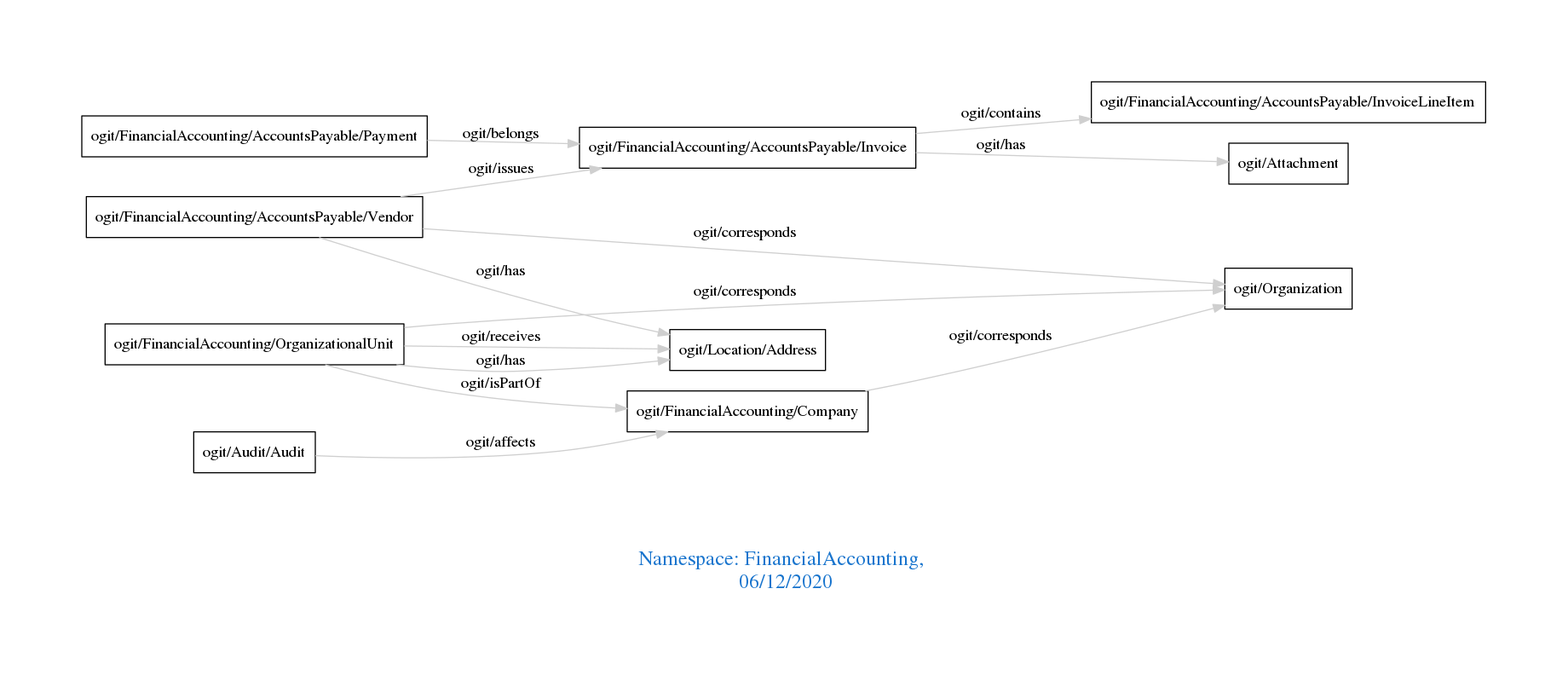
Earlier version of the Graphviz export downloads/FinancialAccounting.png (arago/OGIT). Its source is kept beside it as downloads/FinancialAccounting.dot.
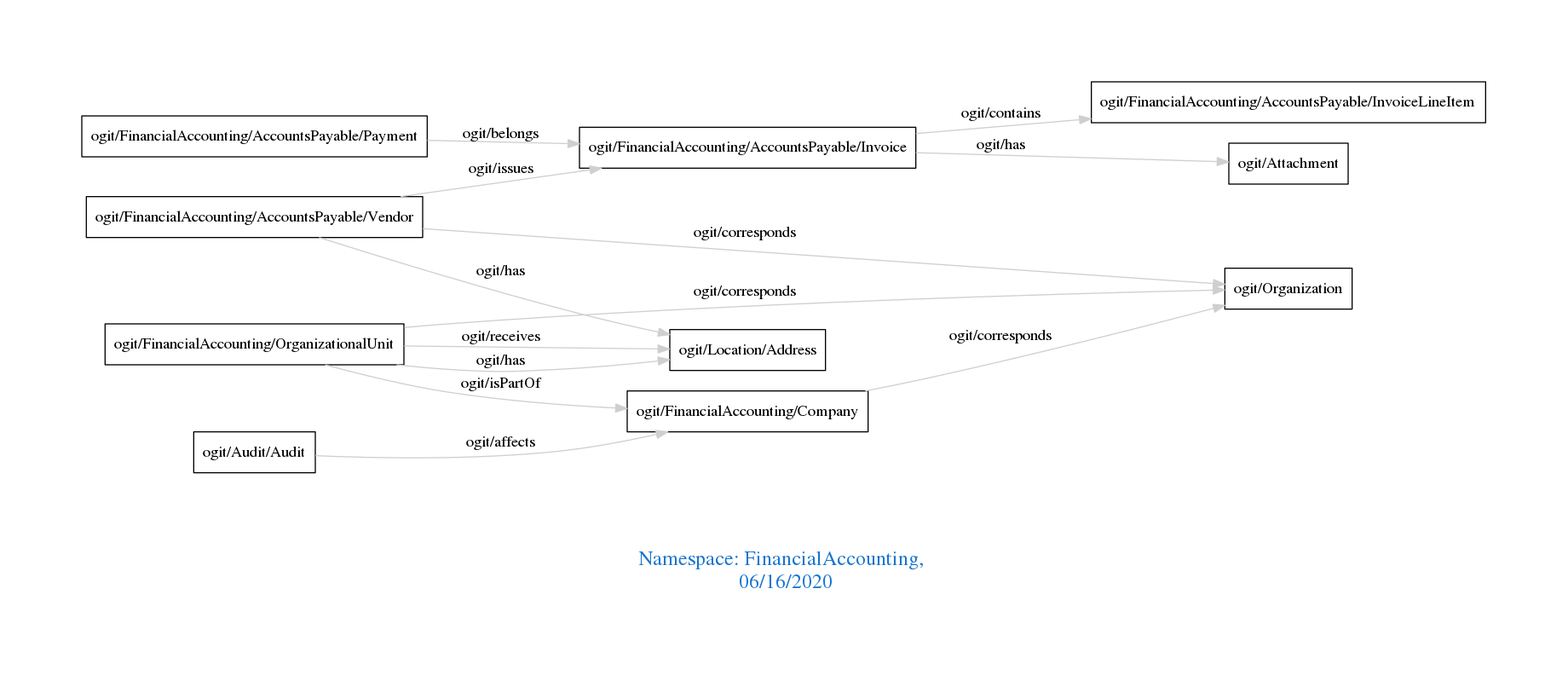
Later version of the same file.

Diff of the diagram source:
```diff
@@ -1,7 +1,7 @@
 digraph OGIT_ontology {
  graph [ rankdir= LR,pad=1
 fontsize = 18,
-fontcolor= dodgerblue3,label = "\n\n\nNamespace: FinancialAccounting, \n 06/12/2020"];
+fontcolor= dodgerblue3,label = "\n\n\nNamespace: FinancialAccounting, \n 06/16/2020"];
 node[shape=polygon];
 edge [  color="gray81"];
 
```
